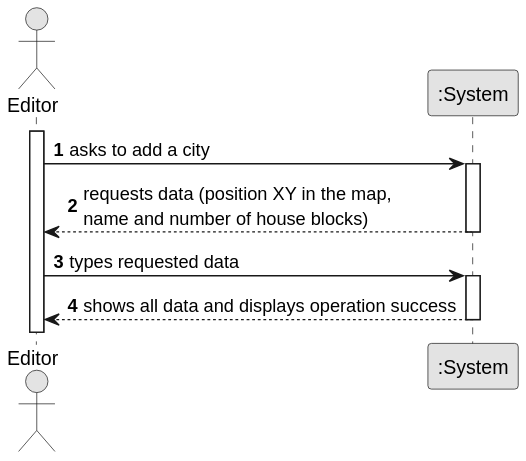
Above: docs/sprint2/us003/01.requirements-engineering/svg/us003-system-sequence-diagram.svg in ivasduarte/all-aboard (PlantUML), before the change.
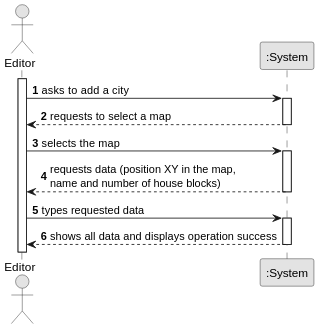
After the commit.

The edit, as a diff of the source:
```diff
@@ -13,6 +13,12 @@
     Editor -> System : asks to add a city
     activate System
 
+    System --> Editor : requests to select a map
+    deactivate System
+
+    Editor -> System : selects the map
+    activate System
+
     System --> Editor : requests data (position XY in the map, \nname and number of house blocks)
     deactivate System
 
```
